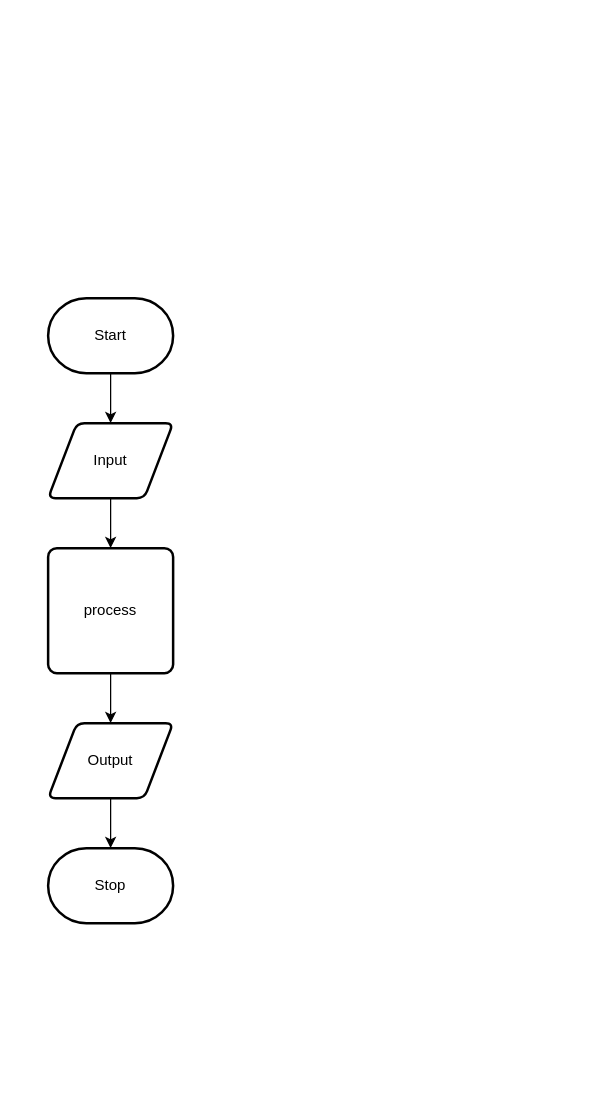
Above: design/flow-chart.drawio in Alex-Nelson-1/ISC2O-UNIT5-04-JS-NESTED-IF-STATEMENTS (draw.io), before the change. Source tidied: cells renumbered, new cells numbered last; positions are measured from the earlier drawing's top-left corner, leaving out a move shared by most shapes. Both pictures are drawn from the tidied source at 125%, with x=0, y=0 at pixel (48, 298).
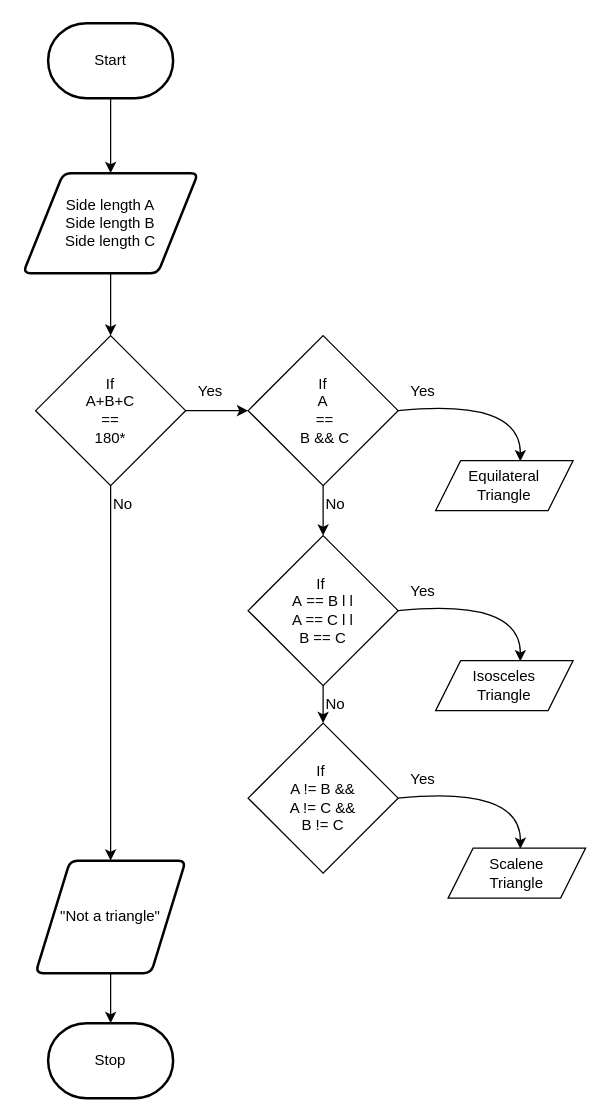
The same page after the edit.

Commit message (it also covers changes not shown here):
Flow chart and Storyboard

Change to the diagram source:
```diff
@@
     <mxCell id="3" value="Start" style="strokeWidth=2;html=1;shape=mxgraph.flowchart.terminator;whiteSpace=wrap;" parent="1" vertex="1">
-      <mxGeometry width="100" height="60" as="geometry" />
+      <mxGeometry y="-220" width="100" height="60" as="geometry" />
     </mxCell>
-    <mxCell id="4" style="edgeStyle=none;html=1;" parent="1" edge="1" source="5" target="7">
+    <mxCell id="4" style="edgeStyle=none;html=1;" parent="1" edge="1" source="5" target="13">
       <mxGeometry relative="1" as="geometry" />
     </mxCell>
-    <mxCell id="5" value="Input" style="shape=parallelogram;html=1;strokeWidth=2;perimeter=parallelogramPerimeter;whiteSpace=wrap;rounded=1;arcSize=12;size=0.23;" parent="1" vertex="1">
-      <mxGeometry y="100" width="100" height="60" as="geometry" />
+    <mxCell id="5" value="Side length A&lt;br&gt;Side length B&lt;br&gt;Side length C" style="shape=parallelogram;html=1;strokeWidth=2;perimeter=parallelogramPerimeter;whiteSpace=wrap;rounded=1;arcSize=12;size=0.23;" parent="1" vertex="1">
+      <mxGeometry x="-20" y="-100" width="140" height="80" as="geometry" />
     </mxCell>
-    <mxCell id="6" style="edgeStyle=none;html=1;" parent="1" edge="1" source="7" target="9">
-      <mxGeometry relative="1" as="geometry" />
-    </mxCell>
-    <mxCell id="7" value="process" style="rounded=1;whiteSpace=wrap;html=1;absoluteArcSize=1;arcSize=14;strokeWidth=2;" parent="1" vertex="1">
-      <mxGeometry y="200" width="100" height="100" as="geometry" />
-    </mxCell>
@@
-    <mxCell id="9" value="Output" style="shape=parallelogram;html=1;strokeWidth=2;perimeter=parallelogramPerimeter;whiteSpace=wrap;rounded=1;arcSize=12;size=0.23;" parent="1" vertex="1">
-      <mxGeometry y="340" width="100" height="60" as="geometry" />
+    <mxCell id="9" value="&quot;Not a triangle&quot;" style="shape=parallelogram;html=1;strokeWidth=2;perimeter=parallelogramPerimeter;whiteSpace=wrap;rounded=1;arcSize=12;size=0.23;" parent="1" vertex="1">
+      <mxGeometry x="-10" y="450" width="120" height="90" as="geometry" />
     </mxCell>
     <mxCell id="10" value="Stop" style="strokeWidth=2;html=1;shape=mxgraph.flowchart.terminator;whiteSpace=wrap;" parent="1" vertex="1">
-      <mxGeometry y="440" width="100" height="60" as="geometry" />
+      <mxGeometry y="580" width="100" height="60" as="geometry" />
     </mxCell>
+    <mxCell id="11" style="edgeStyle=none;html=1;" parent="1" edge="1" source="13" target="9">
+      <mxGeometry relative="1" as="geometry" />
+    </mxCell>
+    <mxCell id="12" style="edgeStyle=none;html=1;" parent="1" edge="1" source="13" target="15">
+      <mxGeometry relative="1" as="geometry" />
+    </mxCell>
+    <mxCell id="13" value="If&lt;br&gt;A+B+C&lt;br&gt;==&lt;br&gt;180*" style="rhombus;whiteSpace=wrap;html=1;" parent="1" vertex="1">
+      <mxGeometry x="-10" y="30" width="120" height="120" as="geometry" />
+    </mxCell>
+    <mxCell id="14" style="edgeStyle=none;html=1;" parent="1" edge="1" source="15" target="17">
+      <mxGeometry relative="1" as="geometry" />
+    </mxCell>
+    <mxCell id="15" value="If&lt;br&gt;A&lt;br&gt;&amp;nbsp;==&lt;br&gt;&amp;nbsp;B &amp;amp;&amp;amp; C" style="rhombus;whiteSpace=wrap;html=1;" parent="1" vertex="1">
+      <mxGeometry x="160" y="30" width="120" height="120" as="geometry" />
+    </mxCell>
+    <mxCell id="16" style="edgeStyle=none;html=1;" parent="1" edge="1" source="17" target="27">
+      <mxGeometry relative="1" as="geometry" />
+    </mxCell>
+    <mxCell id="17" value="If&amp;nbsp;&lt;br&gt;A&amp;nbsp;== B l l &lt;br&gt;A == C l l&lt;br&gt;B == C" style="rhombus;whiteSpace=wrap;html=1;" parent="1" vertex="1">
+      <mxGeometry x="160" y="190" width="120" height="120" as="geometry" />
+    </mxCell>
+    <mxCell id="18" value="Equilateral&lt;br&gt;Triangle" style="shape=parallelogram;perimeter=parallelogramPerimeter;whiteSpace=wrap;html=1;fixedSize=1;" parent="1" vertex="1">
+      <mxGeometry x="310" y="130" width="110" height="40" as="geometry" />
+    </mxCell>
+    <mxCell id="19" style="curved=1;endArrow=classic;html=1;exitX=1;exitY=0.5;exitDx=0;exitDy=0;entryX=0.616;entryY=0.013;entryDx=0;entryDy=0;entryPerimeter=0;" parent="1" edge="1" source="15" target="18">
+      <mxGeometry relative="1" as="geometry">
+        <Array as="points">
+          <mxPoint x="378" y="80" />
+        </Array>
+      </mxGeometry>
+    </mxCell>
+    <mxCell id="20" value="Isosceles&lt;br&gt;Triangle" style="shape=parallelogram;perimeter=parallelogramPerimeter;whiteSpace=wrap;html=1;fixedSize=1;" parent="1" vertex="1">
+      <mxGeometry x="310" y="290" width="110" height="40" as="geometry" />
+    </mxCell>
+    <mxCell id="21" style="curved=1;endArrow=classic;html=1;entryX=0.616;entryY=0.013;entryDx=0;entryDy=0;entryPerimeter=0;" parent="1" edge="1" target="20">
+      <mxGeometry relative="1" as="geometry">
+        <mxPoint x="280" y="250" as="sourcePoint" />
+        <Array as="points">
+          <mxPoint x="378" y="240" />
+        </Array>
+      </mxGeometry>
+    </mxCell>
+    <mxCell id="22" value="Yes" style="text;html=1;strokeColor=none;fillColor=none;align=center;verticalAlign=middle;whiteSpace=wrap;rounded=0;" parent="1" vertex="1">
+      <mxGeometry x="100" y="60" width="60" height="30" as="geometry" />
+    </mxCell>
+    <mxCell id="23" value="Yes" style="text;html=1;strokeColor=none;fillColor=none;align=center;verticalAlign=middle;whiteSpace=wrap;rounded=0;" parent="1" vertex="1">
+      <mxGeometry x="270" y="60" width="60" height="30" as="geometry" />
+    </mxCell>
+    <mxCell id="24" value="Yes" style="text;html=1;strokeColor=none;fillColor=none;align=center;verticalAlign=middle;whiteSpace=wrap;rounded=0;" parent="1" vertex="1">
+      <mxGeometry x="270" y="220" width="60" height="30" as="geometry" />
+    </mxCell>
+    <mxCell id="25" value="No" style="text;html=1;strokeColor=none;fillColor=none;align=center;verticalAlign=middle;whiteSpace=wrap;rounded=0;" parent="1" vertex="1">
+      <mxGeometry x="30" y="150" width="60" height="30" as="geometry" />
+    </mxCell>
+    <mxCell id="26" value="No" style="text;html=1;strokeColor=none;fillColor=none;align=center;verticalAlign=middle;whiteSpace=wrap;rounded=0;" parent="1" vertex="1">
+      <mxGeometry x="200" y="150" width="60" height="30" as="geometry" />
+    </mxCell>
+    <mxCell id="27" value="If&amp;nbsp;&lt;br&gt;A != B &amp;amp;&amp;amp;&lt;br&gt;A != C &amp;amp;&amp;amp;&lt;br&gt;B != C" style="rhombus;whiteSpace=wrap;html=1;" parent="1" vertex="1">
+      <mxGeometry x="160" y="340" width="120" height="120" as="geometry" />
+    </mxCell>
+    <mxCell id="28" style="curved=1;endArrow=classic;html=1;entryX=0.616;entryY=0.013;entryDx=0;entryDy=0;entryPerimeter=0;" parent="1" edge="1">
+      <mxGeometry relative="1" as="geometry">
+        <mxPoint x="280" y="400" as="sourcePoint" />
+        <mxPoint x="377.8" y="440.5" as="targetPoint" />
+        <Array as="points">
+          <mxPoint x="378" y="390" />
+        </Array>
+      </mxGeometry>
+    </mxCell>
+    <mxCell id="29" value="Yes" style="text;html=1;strokeColor=none;fillColor=none;align=center;verticalAlign=middle;whiteSpace=wrap;rounded=0;" parent="1" vertex="1">
+      <mxGeometry x="270" y="370" width="60" height="30" as="geometry" />
+    </mxCell>
+    <mxCell id="30" value="Scalene&lt;br&gt;Triangle" style="shape=parallelogram;perimeter=parallelogramPerimeter;whiteSpace=wrap;html=1;fixedSize=1;" parent="1" vertex="1">
+      <mxGeometry x="320" y="440" width="110" height="40" as="geometry" />
+    </mxCell>
+    <mxCell id="31" value="No" style="text;html=1;strokeColor=none;fillColor=none;align=center;verticalAlign=middle;whiteSpace=wrap;rounded=0;" parent="1" vertex="1">
+      <mxGeometry x="200" y="310" width="60" height="30" as="geometry" />
+    </mxCell>
```
